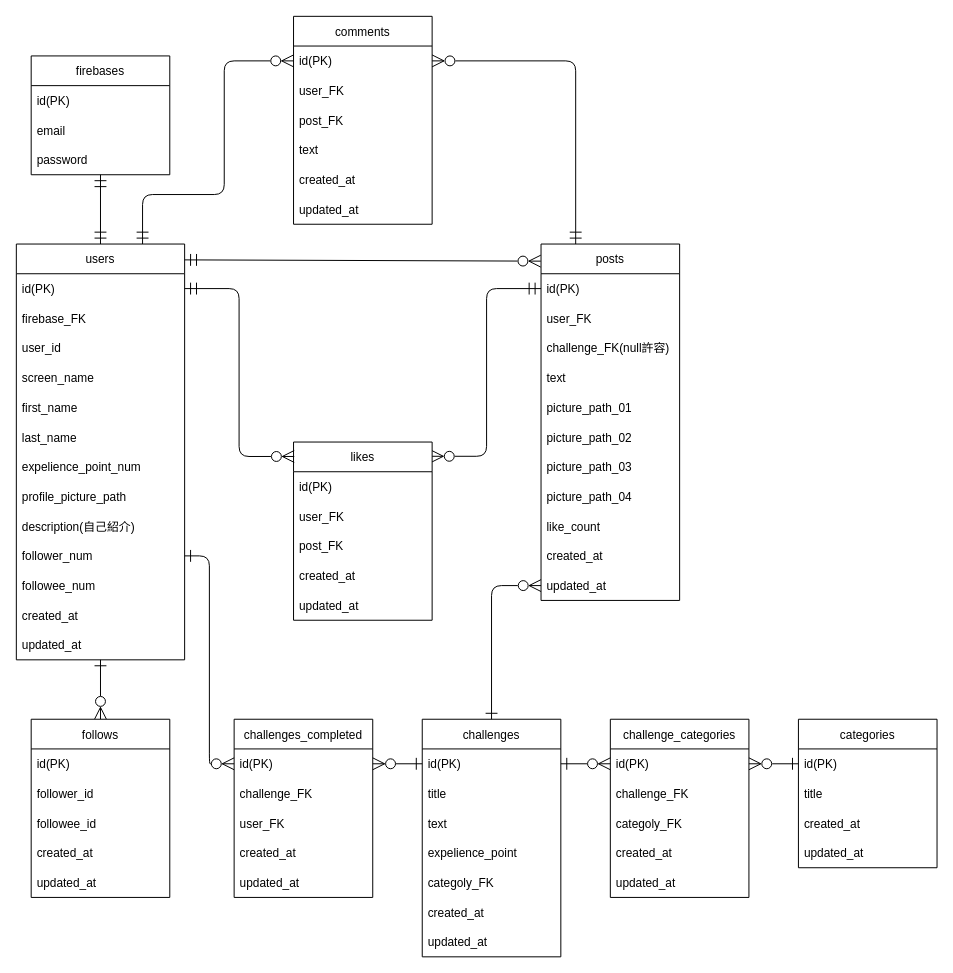
Above: ER.drawio in koki-fore/meijoHackU2022-api (draw.io), before the change. Source tidied: cells renumbered, new cells numbered last; positions are measured from the earlier drawing's top-left corner, leaving out a move shared by most shapes. Both pictures are drawn from the tidied source at 99%, with x=0, y=0 at pixel (16, 16).
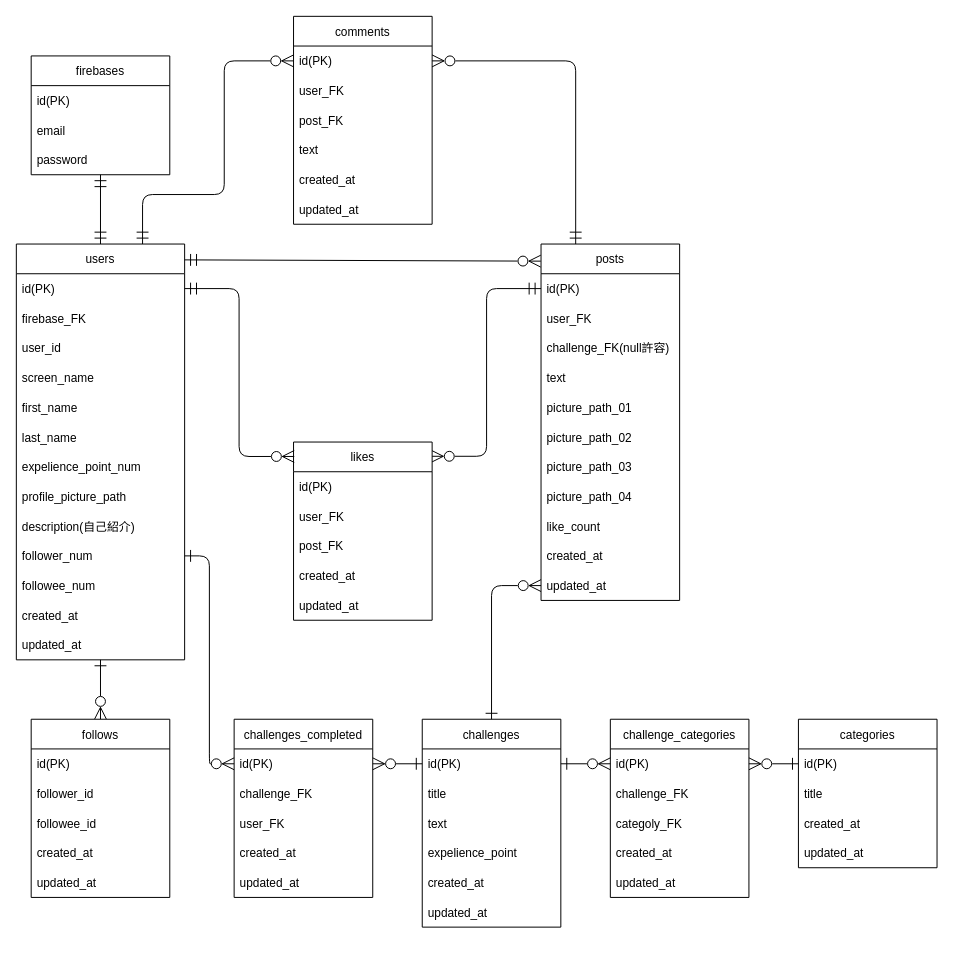
The same page after the edit.

Commit message (it also covers changes not shown here):
completed challenge model

Change to the diagram source:
```diff
@@
     <mxCell id="36" value="challenges" style="swimlane;fontStyle=0;horizontal=1;startSize=30;" parent="1" vertex="1">
-      <mxGeometry x="410" y="710" width="140" height="240" as="geometry" />
+      <mxGeometry x="410" y="710" width="140" height="210" as="geometry" />
     </mxCell>
@@
-    <mxCell id="41" value="categoly_FK" style="text;strokeColor=none;fillColor=none;align=left;verticalAlign=middle;spacingLeft=4;spacingRight=4;overflow=hidden;" parent="36" vertex="1">
-      <mxGeometry y="150" width="140" height="30" as="geometry" />
-    </mxCell>
     <mxCell id="42" value="created_at" style="text;strokeColor=none;fillColor=none;align=left;verticalAlign=middle;spacingLeft=4;spacingRight=4;overflow=hidden;" parent="36" vertex="1">
-      <mxGeometry y="180" width="140" height="30" as="geometry" />
+      <mxGeometry y="150" width="140" height="30" as="geometry" />
     </mxCell>
     <mxCell id="43" value="updated_at" style="text;strokeColor=none;fillColor=none;align=left;verticalAlign=middle;spacingLeft=4;spacingRight=4;overflow=hidden;" parent="36" vertex="1">
-      <mxGeometry y="210" width="140" height="30" as="geometry" />
+      <mxGeometry y="180" width="140" height="30" as="geometry" />
     </mxCell>
```
